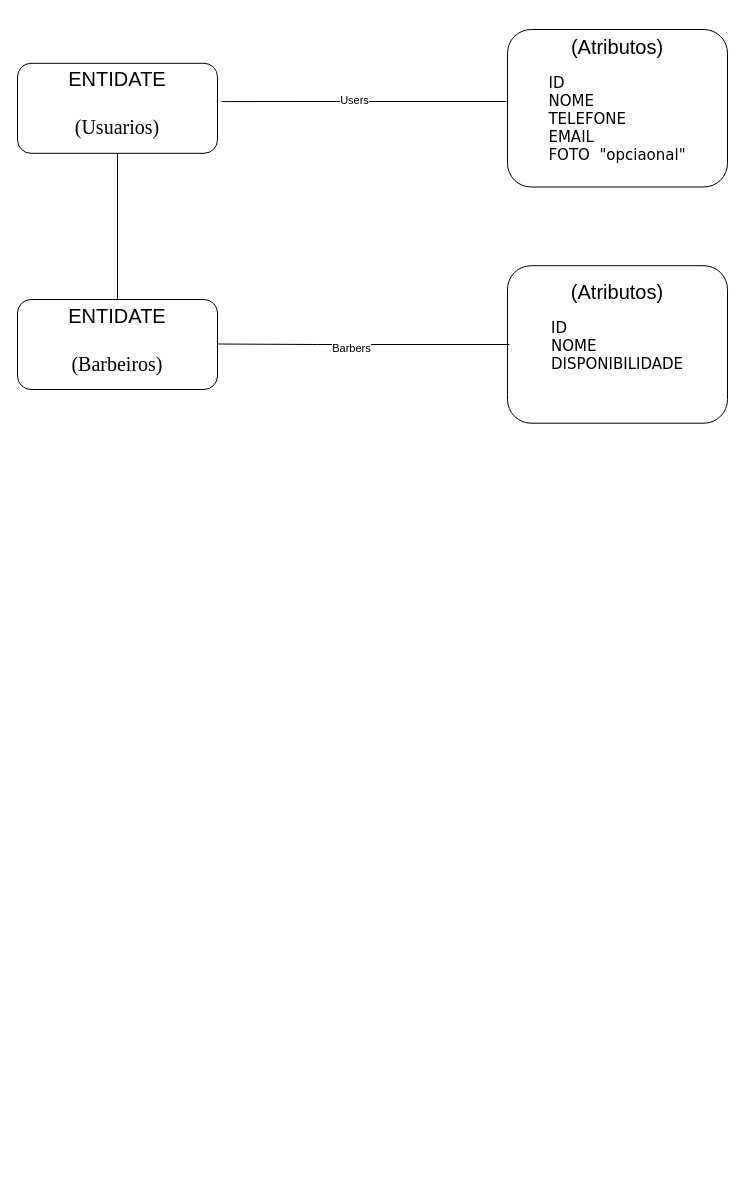
Earlier version of the draw.io diagram Diagrama sem nome.drawio (alfredo-allan/king-barbearia-dados). Source tidied: cells renumbered, new cells numbered last; positions are measured from the earlier drawing's top-left corner, leaving out a move shared by most shapes. Both pictures are drawn from the tidied source at 100%, with x=0, y=0 at pixel (17, 29).
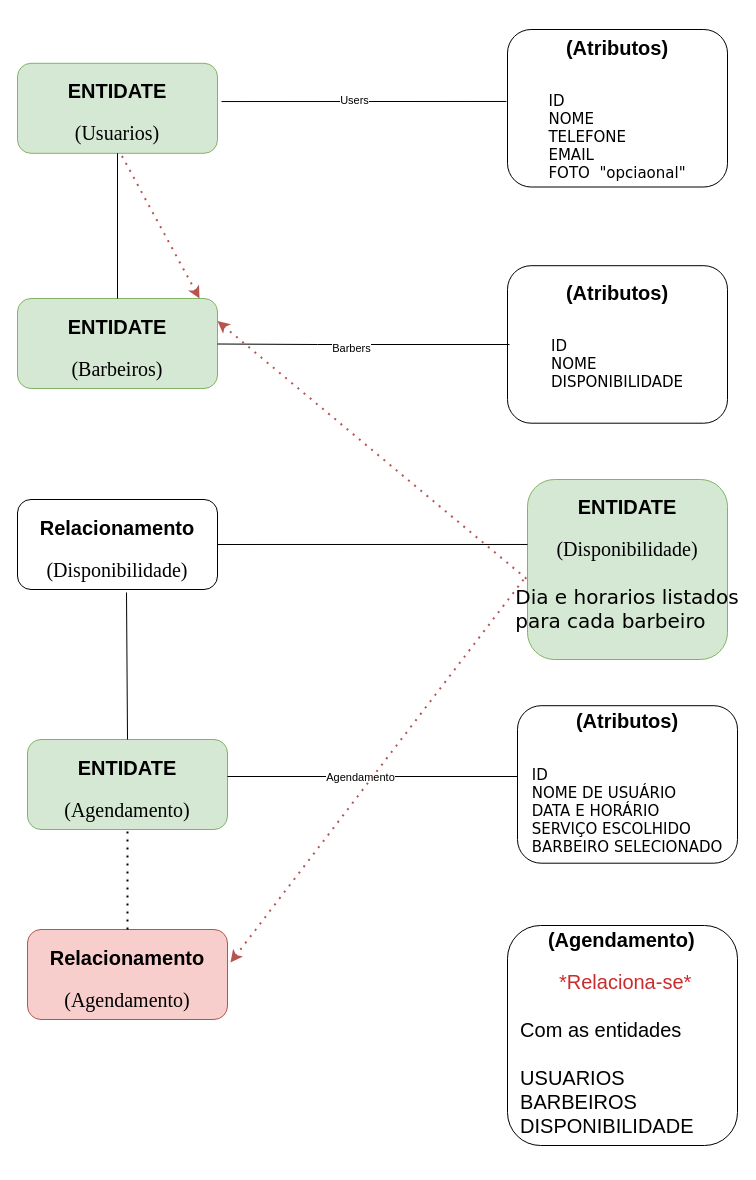
The same page after the edit.

The edit, as a diff of the source:
```diff
@@
-    <mxCell id="2" value="&lt;font style=&quot;font-size: 20px;&quot;&gt;(Atributos)&lt;br style=&quot;forced-color-adjust: none; padding: 0px; margin: 0px;&quot;&gt;&lt;/font&gt;&lt;br style=&quot;forced-color-adjust: none; padding: 0px; margin: 0px;&quot;&gt;&lt;div style=&quot;text-align: left; font-size: 15px; line-height: 120%;&quot;&gt;&lt;font face=&quot;Verdana&quot;&gt;ID&lt;/font&gt;&lt;/div&gt;&lt;div style=&quot;text-align: left; font-size: 15px; line-height: 120%;&quot;&gt;&lt;span style=&quot;font-family: Verdana; background-color: initial;&quot;&gt;NOME&lt;/span&gt;&lt;/div&gt;&lt;div style=&quot;text-align: left; font-size: 15px; line-height: 120%;&quot;&gt;&lt;span style=&quot;font-family: Verdana; background-color: initial;&quot;&gt;TELEFONE&lt;/span&gt;&lt;/div&gt;&lt;div style=&quot;text-align: left; font-size: 15px; line-height: 120%;&quot;&gt;&lt;span style=&quot;background-color: initial;&quot;&gt;&lt;font face=&quot;Verdana&quot; style=&quot;font-size: 15px;&quot;&gt;EMAIL&lt;/font&gt;&lt;/span&gt;&lt;/div&gt;&lt;div style=&quot;text-align: left; font-size: 15px; line-height: 120%;&quot;&gt;&lt;font face=&quot;Verdana&quot;&gt;FOTO&amp;nbsp; &quot;opciaonal&quot;&lt;/font&gt;&lt;/div&gt;&lt;div style=&quot;text-align: left; forced-color-adjust: none; padding: 0px; margin: 0px; font-size: 15px; line-height: 120%;&quot;&gt;&lt;br style=&quot;forced-color-adjust: none; padding: 0px; margin: 0px; color: rgb(0, 0, 0); font-family: Helvetica; font-style: normal; font-variant-ligatures: normal; font-variant-caps: normal; font-weight: 700; letter-spacing: normal; orphans: 2; text-indent: 0px; text-transform: none; widows: 2; word-spacing: 0px; -webkit-text-stroke-width: 0px; white-space: nowrap; background-color: rgb(251, 251, 251); text-decoration-thickness: initial; text-decoration-style: initial; text-decoration-color: initial;&quot;&gt;&lt;/div&gt;" style="rounded=1;whiteSpace=wrap;html=1;" parent="1" vertex="1">
+    <mxCell id="2" value="&lt;h1&gt;&lt;font style=&quot;font-size: 20px;&quot;&gt;(Atributos)&lt;/font&gt;&lt;/h1&gt;&lt;br style=&quot;forced-color-adjust: none; padding: 0px; margin: 0px;&quot;&gt;&lt;div style=&quot;text-align: left; font-size: 15px; line-height: 120%;&quot;&gt;&lt;font face=&quot;Verdana&quot;&gt;ID&lt;/font&gt;&lt;/div&gt;&lt;div style=&quot;text-align: left; font-size: 15px; line-height: 120%;&quot;&gt;&lt;span style=&quot;font-family: Verdana; background-color: initial;&quot;&gt;NOME&lt;/span&gt;&lt;/div&gt;&lt;div style=&quot;text-align: left; font-size: 15px; line-height: 120%;&quot;&gt;&lt;span style=&quot;font-family: Verdana; background-color: initial;&quot;&gt;TELEFONE&lt;/span&gt;&lt;/div&gt;&lt;div style=&quot;text-align: left; font-size: 15px; line-height: 120%;&quot;&gt;&lt;span style=&quot;background-color: initial;&quot;&gt;&lt;font face=&quot;Verdana&quot; style=&quot;font-size: 15px;&quot;&gt;EMAIL&lt;/font&gt;&lt;/span&gt;&lt;/div&gt;&lt;div style=&quot;text-align: left; font-size: 15px; line-height: 120%;&quot;&gt;&lt;font face=&quot;Verdana&quot;&gt;FOTO&amp;nbsp; &quot;opciaonal&quot;&lt;/font&gt;&lt;/div&gt;&lt;div style=&quot;text-align: left; forced-color-adjust: none; padding: 0px; margin: 0px; font-size: 15px; line-height: 120%;&quot;&gt;&lt;br style=&quot;forced-color-adjust: none; padding: 0px; margin: 0px; color: rgb(0, 0, 0); font-family: Helvetica; font-style: normal; font-variant-ligatures: normal; font-variant-caps: normal; font-weight: 700; letter-spacing: normal; orphans: 2; text-indent: 0px; text-transform: none; widows: 2; word-spacing: 0px; -webkit-text-stroke-width: 0px; white-space: nowrap; background-color: rgb(251, 251, 251); text-decoration-thickness: initial; text-decoration-style: initial; text-decoration-color: initial;&quot;&gt;&lt;/div&gt;" style="rounded=1;whiteSpace=wrap;html=1;" parent="1" vertex="1">
       <mxGeometry x="490" width="220" height="157.5" as="geometry" />
     </mxCell>
-    <mxCell id="3" value="&lt;font style=&quot;font-size: 20px;&quot; face=&quot;Helvetica&quot;&gt;ENTIDATE&lt;/font&gt;&lt;div&gt;&lt;font style=&quot;font-size: 20px;&quot; face=&quot;Helvetica&quot;&gt;&lt;br&gt;&lt;/font&gt;&lt;/div&gt;&lt;div&gt;&lt;font face=&quot;Times New Roman&quot; style=&quot;font-size: 20px;&quot;&gt;(Usuarios)&lt;/font&gt;&lt;/div&gt;" style="rounded=1;whiteSpace=wrap;html=1;spacingTop=-11;spacing=-11;" parent="1" vertex="1">
+    <mxCell id="3" value="&lt;h1&gt;&lt;font style=&quot;font-size: 20px;&quot; face=&quot;Helvetica&quot;&gt;ENTIDATE&lt;/font&gt;&lt;/h1&gt;&lt;div style=&quot;padding-top: 0px;&quot;&gt;&lt;font face=&quot;Times New Roman&quot; style=&quot;font-size: 20px;&quot;&gt;(Usuarios)&lt;/font&gt;&lt;/div&gt;" style="rounded=1;whiteSpace=wrap;html=1;spacingTop=-11;spacing=-11;fillColor=#d5e8d4;strokeColor=#82b366;" parent="1" vertex="1">
       <mxGeometry y="33.8" width="200" height="90" as="geometry" />
     </mxCell>
@@
-    <mxCell id="6" value="&lt;font style=&quot;font-size: 20px;&quot; face=&quot;Helvetica&quot;&gt;ENTIDATE&lt;/font&gt;&lt;div&gt;&lt;font style=&quot;font-size: 20px;&quot; face=&quot;Helvetica&quot;&gt;&lt;br&gt;&lt;/font&gt;&lt;/div&gt;&lt;div&gt;&lt;font face=&quot;Times New Roman&quot; style=&quot;font-size: 20px;&quot;&gt;(Barbeiros)&lt;/font&gt;&lt;/div&gt;" style="rounded=1;whiteSpace=wrap;html=1;spacingTop=-11;spacing=-11;" parent="1" vertex="1">
-      <mxGeometry y="270" width="200" height="90" as="geometry" />
+    <mxCell id="6" value="&lt;h1&gt;&lt;font style=&quot;font-size: 20px;&quot; face=&quot;Helvetica&quot;&gt;ENTIDATE&lt;/font&gt;&lt;/h1&gt;&lt;div&gt;&lt;font face=&quot;Times New Roman&quot; style=&quot;font-size: 20px;&quot;&gt;(Barbeiros)&lt;/font&gt;&lt;/div&gt;" style="rounded=1;whiteSpace=wrap;html=1;spacingTop=-11;spacing=-11;fillColor=#d5e8d4;strokeColor=#82b366;" parent="1" vertex="1">
+      <mxGeometry y="269" width="200" height="90" as="geometry" />
     </mxCell>
@@
-    <mxCell id="8" value="&lt;font style=&quot;font-size: 20px;&quot;&gt;(Atributos)&lt;br style=&quot;forced-color-adjust: none; padding: 0px; margin: 0px;&quot;&gt;&lt;/font&gt;&lt;br style=&quot;forced-color-adjust: none; padding: 0px; margin: 0px;&quot;&gt;&lt;div style=&quot;text-align: left; font-size: 15px; line-height: 120%;&quot;&gt;&lt;font face=&quot;Verdana&quot;&gt;ID&lt;/font&gt;&lt;/div&gt;&lt;div style=&quot;text-align: left; font-size: 15px; line-height: 120%;&quot;&gt;&lt;span style=&quot;font-family: Verdana; background-color: initial;&quot;&gt;NOME&lt;/span&gt;&lt;/div&gt;&lt;div style=&quot;text-align: left; font-size: 15px; line-height: 120%;&quot;&gt;&lt;span style=&quot;font-family: Verdana; background-color: initial;&quot;&gt;DISPONIBILIDADE&lt;/span&gt;&lt;/div&gt;&lt;div style=&quot;text-align: left; font-size: 15px; line-height: 120%;&quot;&gt;&lt;br&gt;&lt;/div&gt;&lt;div style=&quot;text-align: left; forced-color-adjust: none; padding: 0px; margin: 0px; font-size: 15px; line-height: 120%;&quot;&gt;&lt;br style=&quot;forced-color-adjust: none; padding: 0px; margin: 0px; color: rgb(0, 0, 0); font-family: Helvetica; font-style: normal; font-variant-ligatures: normal; font-variant-caps: normal; font-weight: 700; letter-spacing: normal; orphans: 2; text-indent: 0px; text-transform: none; widows: 2; word-spacing: 0px; -webkit-text-stroke-width: 0px; white-space: nowrap; background-color: rgb(251, 251, 251); text-decoration-thickness: initial; text-decoration-style: initial; text-decoration-color: initial;&quot;&gt;&lt;/div&gt;" style="rounded=1;whiteSpace=wrap;html=1;" parent="1" vertex="1">
+    <mxCell id="8" value="&lt;h1&gt;&lt;font style=&quot;font-size: 20px;&quot;&gt;(Atributos)&lt;/font&gt;&lt;/h1&gt;&lt;br style=&quot;forced-color-adjust: none; padding: 0px; margin: 0px;&quot;&gt;&lt;div style=&quot;text-align: left; font-size: 15px; line-height: 120%;&quot;&gt;&lt;font face=&quot;Verdana&quot;&gt;ID&lt;/font&gt;&lt;/div&gt;&lt;div style=&quot;text-align: left; font-size: 15px; line-height: 120%;&quot;&gt;&lt;span style=&quot;font-family: Verdana; background-color: initial;&quot;&gt;NOME&lt;/span&gt;&lt;/div&gt;&lt;div style=&quot;text-align: left; font-size: 15px; line-height: 120%;&quot;&gt;&lt;span style=&quot;font-family: Verdana; background-color: initial;&quot;&gt;DISPONIBILIDADE&lt;/span&gt;&lt;/div&gt;&lt;div style=&quot;text-align: left; font-size: 15px; line-height: 120%;&quot;&gt;&lt;br&gt;&lt;/div&gt;&lt;div style=&quot;text-align: left; forced-color-adjust: none; padding: 0px; margin: 0px; font-size: 15px; line-height: 120%;&quot;&gt;&lt;br style=&quot;forced-color-adjust: none; padding: 0px; margin: 0px; color: rgb(0, 0, 0); font-family: Helvetica; font-style: normal; font-variant-ligatures: normal; font-variant-caps: normal; font-weight: 700; letter-spacing: normal; orphans: 2; text-indent: 0px; text-transform: none; widows: 2; word-spacing: 0px; -webkit-text-stroke-width: 0px; white-space: nowrap; background-color: rgb(251, 251, 251); text-decoration-thickness: initial; text-decoration-style: initial; text-decoration-color: initial;&quot;&gt;&lt;/div&gt;" style="rounded=1;whiteSpace=wrap;html=1;" parent="1" vertex="1">
       <mxGeometry x="490" y="236.2" width="220" height="157.5" as="geometry" />
     </mxCell>
@@
+    <mxCell id="11" value="&lt;h1&gt;&lt;font style=&quot;font-size: 20px;&quot; face=&quot;Helvetica&quot;&gt;Relacionamento&lt;/font&gt;&lt;/h1&gt;&lt;div&gt;&lt;font face=&quot;Times New Roman&quot; style=&quot;font-size: 20px;&quot;&gt;(Disponibilidade)&lt;/font&gt;&lt;/div&gt;" style="rounded=1;whiteSpace=wrap;html=1;spacingTop=-11;spacing=-11;" parent="1" vertex="1">
+      <mxGeometry y="470" width="200" height="90" as="geometry" />
+    </mxCell>
+    <mxCell id="12" value="&lt;h1 style=&quot;padding-top: 0px; padding-bottom: 0px; margin-top: -100px;&quot;&gt;&lt;font style=&quot;font-size: 20px;&quot; face=&quot;Helvetica&quot;&gt;ENTIDATE&lt;/font&gt;&lt;/h1&gt;&lt;div style=&quot;padding-top: 0px;&quot;&gt;&lt;font face=&quot;Times New Roman&quot; style=&quot;font-size: 20px;&quot;&gt;(Disponibilidade)&lt;/font&gt;&lt;/div&gt;&lt;div style=&quot;padding-top: 0px;&quot;&gt;&lt;font face=&quot;Times New Roman&quot; style=&quot;font-size: 20px;&quot;&gt;&lt;br&gt;&lt;/font&gt;&lt;/div&gt;&lt;div style=&quot;text-align: left; padding-top: 0px;&quot;&gt;&lt;span style=&quot;font-size: 20px;&quot;&gt;&lt;font face=&quot;Verdana&quot;&gt;Dia e horarios listados&lt;/font&gt;&lt;/span&gt;&lt;/div&gt;&lt;div style=&quot;text-align: left; padding-top: 0px;&quot;&gt;&lt;span style=&quot;font-size: 20px;&quot;&gt;&lt;font face=&quot;Verdana&quot;&gt;para cada barbeiro&lt;/font&gt;&lt;/span&gt;&lt;/div&gt;" style="rounded=1;whiteSpace=wrap;html=1;spacingTop=86;spacing=-11;fillColor=#d5e8d4;strokeColor=#82b366;" parent="1" vertex="1">
+      <mxGeometry x="510" y="450" width="200" height="180" as="geometry" />
+    </mxCell>
+    <mxCell id="13" value="&lt;h1&gt;&lt;font style=&quot;font-size: 20px;&quot; face=&quot;Helvetica&quot;&gt;ENTIDATE&lt;/font&gt;&lt;/h1&gt;&lt;div&gt;&lt;font face=&quot;Times New Roman&quot; style=&quot;font-size: 20px;&quot;&gt;(Agendamento)&lt;/font&gt;&lt;/div&gt;" style="rounded=1;whiteSpace=wrap;html=1;spacingTop=-11;spacing=-11;fillColor=#d5e8d4;strokeColor=#82b366;" parent="1" vertex="1">
+      <mxGeometry x="10" y="710" width="200" height="90" as="geometry" />
+    </mxCell>
+    <mxCell id="14" value="&lt;h1 style=&quot;margin-top: 65.08px;&quot;&gt;&lt;font style=&quot;font-size: 20px;&quot;&gt;(Atributos)&lt;/font&gt;&lt;/h1&gt;&lt;br style=&quot;forced-color-adjust: none; padding: 0px; margin: 0px;&quot;&gt;&lt;div style=&quot;text-align: left; font-size: 15px; line-height: 120%;&quot;&gt;&lt;font face=&quot;Verdana&quot;&gt;ID&lt;/font&gt;&lt;/div&gt;&lt;div style=&quot;text-align: left; font-size: 15px; line-height: 120%;&quot;&gt;&lt;span style=&quot;font-family: Verdana; background-color: initial;&quot;&gt;NOME DE USUÁRIO&amp;nbsp;&lt;/span&gt;&lt;/div&gt;&lt;div style=&quot;text-align: left; font-size: 15px; line-height: 120%;&quot;&gt;&lt;span style=&quot;font-family: Verdana; background-color: initial;&quot;&gt;DATA E HORÁRIO&lt;/span&gt;&lt;/div&gt;&lt;div style=&quot;text-align: left; font-size: 15px; line-height: 120%;&quot;&gt;&lt;span style=&quot;font-family: Verdana; background-color: initial;&quot;&gt;SERVIÇO ESCOLHIDO&lt;/span&gt;&lt;/div&gt;&lt;div style=&quot;text-align: left; font-size: 15px; line-height: 120%;&quot;&gt;&lt;span style=&quot;font-family: Verdana; background-color: initial;&quot;&gt;BARBEIRO SELECIONADO&lt;/span&gt;&lt;/div&gt;&lt;div style=&quot;text-align: left; font-size: 15px; line-height: 120%;&quot;&gt;&lt;span style=&quot;font-family: Verdana; background-color: initial;&quot;&gt;&lt;br&gt;&lt;/span&gt;&lt;/div&gt;&lt;div style=&quot;text-align: left; font-size: 15px; line-height: 120%;&quot;&gt;&lt;span style=&quot;font-family: Verdana; background-color: initial;&quot;&gt;&lt;br&gt;&lt;/span&gt;&lt;/div&gt;&lt;div style=&quot;text-align: left; font-size: 15px; line-height: 120%;&quot;&gt;&lt;br&gt;&lt;/div&gt;&lt;div style=&quot;text-align: left; forced-color-adjust: none; padding: 0px; margin: 0px; font-size: 15px; line-height: 120%;&quot;&gt;&lt;br style=&quot;forced-color-adjust: none; padding: 0px; margin: 0px; color: rgb(0, 0, 0); font-family: Helvetica; font-style: normal; font-variant-ligatures: normal; font-variant-caps: normal; font-weight: 700; letter-spacing: normal; orphans: 2; text-indent: 0px; text-transform: none; widows: 2; word-spacing: 0px; -webkit-text-stroke-width: 0px; white-space: nowrap; background-color: rgb(251, 251, 251); text-decoration-thickness: initial; text-decoration-style: initial; text-decoration-color: initial;&quot;&gt;&lt;/div&gt;" style="rounded=1;whiteSpace=wrap;html=1;" parent="1" vertex="1">
+      <mxGeometry x="500" y="676.2" width="220" height="157.5" as="geometry" />
+    </mxCell>
+    <mxCell id="15" style="endArrow=none;html=1;rounded=0;" parent="1" edge="1">
+      <mxGeometry relative="1" as="geometry">
+        <mxPoint x="210" y="747" as="sourcePoint" />
+        <mxPoint x="500" y="747" as="targetPoint" />
+      </mxGeometry>
+    </mxCell>
+    <mxCell id="16" value="Agendamento" style="edgeLabel;html=1;align=center;verticalAlign=middle;" parent="15" vertex="1">
+      <mxGeometry x="-0.09" relative="1" as="geometry" />
+    </mxCell>
+    <mxCell id="17" style="endArrow=none;html=1;rounded=0;entryX=0.545;entryY=1.033;entryDx=0;entryDy=0;entryPerimeter=0;exitX=0.5;exitY=0;exitDx=0;exitDy=0;" parent="1" edge="1" source="13" target="11">
+      <mxGeometry relative="1" as="geometry" />
+    </mxCell>
+    <mxCell id="18" value="&lt;h1&gt;&lt;font style=&quot;font-size: 20px;&quot; face=&quot;Helvetica&quot;&gt;Relacionamento&lt;/font&gt;&lt;/h1&gt;&lt;div&gt;&lt;font face=&quot;Times New Roman&quot; style=&quot;font-size: 20px;&quot;&gt;(Agendamento)&lt;/font&gt;&lt;/div&gt;" style="rounded=1;whiteSpace=wrap;html=1;spacingTop=-11;spacing=-11;fillColor=#f8cecc;strokeColor=#b85450;" parent="1" vertex="1">
+      <mxGeometry x="10" y="900" width="200" height="90" as="geometry" />
+    </mxCell>
+    <mxCell id="19" style="endArrow=none;dashed=1;html=1;dashPattern=1 3;strokeWidth=2;rounded=0;exitX=0.5;exitY=0;exitDx=0;exitDy=0;entryX=0.5;entryY=1;entryDx=0;entryDy=0;" parent="1" edge="1" source="18" target="13">
+      <mxGeometry relative="1" as="geometry" />
+    </mxCell>
+    <mxCell id="20" style="endArrow=none;dashed=1;html=1;dashPattern=1 3;strokeWidth=2;rounded=0;exitX=1.015;exitY=0.367;exitDx=0;exitDy=0;exitPerimeter=0;startArrow=classic;startFill=1;fillColor=#f8cecc;strokeColor=#b85450;entryX=-0.02;entryY=0.556;entryDx=0;entryDy=0;entryPerimeter=0;" parent="1" edge="1" source="18" target="12">
+      <mxGeometry relative="1" as="geometry" />
+    </mxCell>
+    <mxCell id="21" style="endArrow=none;html=1;rounded=0;exitX=1;exitY=0.5;exitDx=0;exitDy=0;entryX=0;entryY=0.361;entryDx=0;entryDy=0;entryPerimeter=0;" parent="1" edge="1" source="11" target="12">
+      <mxGeometry relative="1" as="geometry" />
+    </mxCell>
+    <mxCell id="22" style="endArrow=none;dashed=1;html=1;dashPattern=1 3;strokeWidth=2;rounded=0;exitX=1;exitY=0.25;exitDx=0;exitDy=0;startArrow=classic;startFill=1;fillColor=#f8cecc;strokeColor=#b85450;entryX=0;entryY=0.556;entryDx=0;entryDy=0;entryPerimeter=0;" parent="1" edge="1" source="6" target="12">
+      <mxGeometry relative="1" as="geometry" />
+    </mxCell>
+    <mxCell id="23" style="endArrow=none;dashed=1;html=1;dashPattern=1 3;strokeWidth=2;rounded=0;startArrow=classic;startFill=1;fillColor=#f8cecc;strokeColor=#b85450;entryX=-0.02;entryY=0.556;entryDx=0;entryDy=0;entryPerimeter=0;exitX=0.91;exitY=0;exitDx=0;exitDy=0;exitPerimeter=0;" parent="1" edge="1" source="6">
+      <mxGeometry relative="1" as="geometry">
+        <mxPoint x="103" y="123.8" as="targetPoint" />
+      </mxGeometry>
+    </mxCell>
+    <mxCell id="24" value="&lt;h1&gt;&lt;font style=&quot;font-size: 20px;&quot;&gt;&amp;nbsp; &amp;nbsp; &amp;nbsp; &amp;nbsp;(Agendamento)&lt;/font&gt;&lt;/h1&gt;&lt;div&gt;&lt;font style=&quot;font-size: 20px;&quot;&gt;&amp;nbsp; &amp;nbsp; &amp;nbsp; &amp;nbsp; &amp;nbsp;&lt;font color=&quot;#c92c2c&quot;&gt;*Relaciona-se*&lt;/font&gt;&lt;/font&gt;&lt;/div&gt;&lt;div&gt;&lt;font style=&quot;font-size: 20px;&quot;&gt;&lt;font color=&quot;#c92c2c&quot;&gt;&lt;br&gt;&lt;/font&gt;&lt;/font&gt;&lt;/div&gt;&lt;div&gt;&lt;font style=&quot;font-size: 20px;&quot;&gt;&amp;nbsp; Com as entidades&lt;/font&gt;&lt;/div&gt;&lt;div&gt;&lt;font style=&quot;font-size: 20px;&quot;&gt;&lt;br&gt;&lt;/font&gt;&lt;/div&gt;&lt;div&gt;&lt;font style=&quot;font-size: 20px;&quot;&gt;&amp;nbsp; USUARIOS&lt;/font&gt;&lt;/div&gt;&lt;div&gt;&lt;font style=&quot;font-size: 20px;&quot;&gt;&amp;nbsp; BARBEIROS&lt;/font&gt;&lt;/div&gt;&lt;div&gt;&lt;font style=&quot;font-size: 20px;&quot;&gt;&amp;nbsp; DISPONIBILIDADE&lt;/font&gt;&lt;/div&gt;&lt;div&gt;&lt;font style=&quot;font-size: 20px;&quot;&gt;&amp;nbsp;&lt;/font&gt;&lt;/div&gt;" style="rounded=1;whiteSpace=wrap;html=1;align=left;" parent="1" vertex="1">
+      <mxGeometry x="490" y="896" width="230" height="220" as="geometry" />
+    </mxCell>
```
